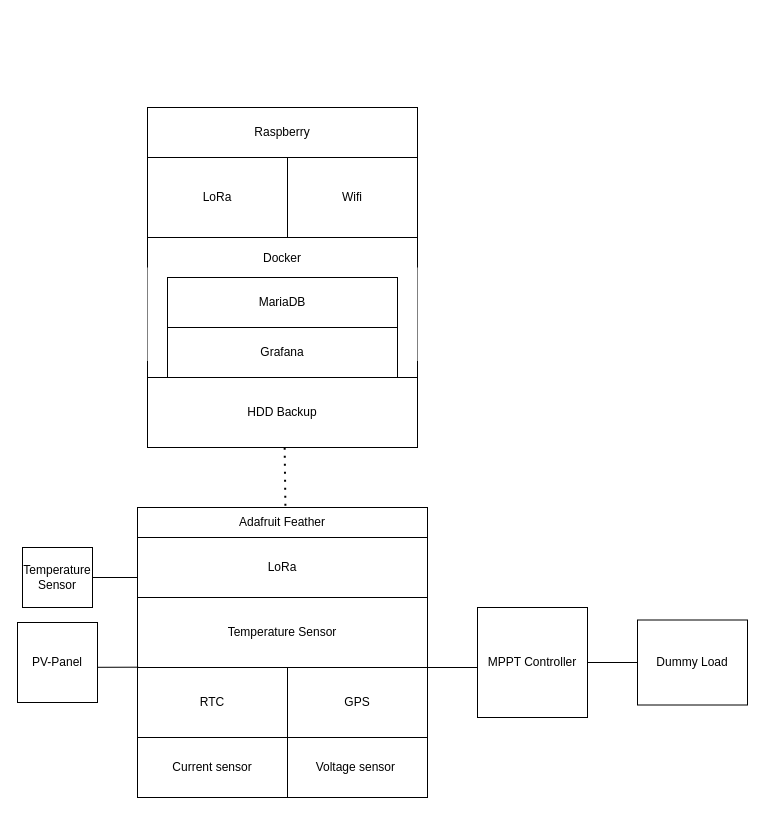
This is doc/resources/PV_test_station.drawio from PSenfft/pv_test_station, a draw.io file, before an edit. Source tidied: cells renumbered, new cells numbered last; positions are measured from the earlier drawing's top-left corner, leaving out a move shared by most shapes. Both pictures are drawn from the tidied source at 100%, with x=0, y=0 at pixel (17, 107).
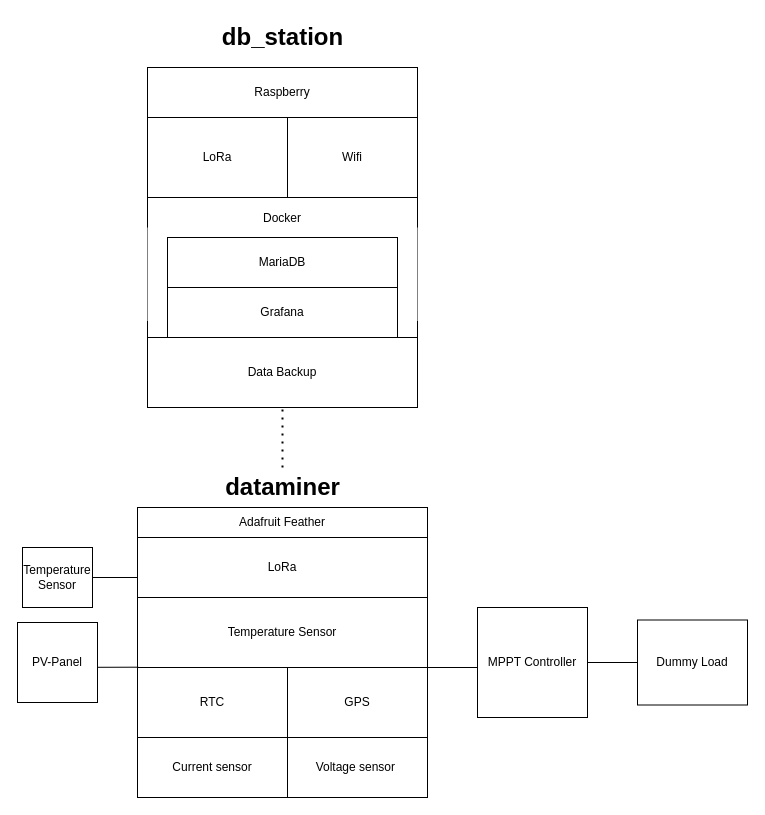
Above is the later version.

The change refers to these unchanged cells:
```xml
<mxCell id="4" value="Adafruit Feather" style="rounded=0;whiteSpace=wrap;html=1;" parent="1" vertex="1">
  <mxGeometry x="120" y="400" width="290" height="30" as="geometry" />
</mxCell>
```

Diff of the diagram source:
```diff
@@
     <mxCell id="11" style="whiteSpace=wrap;html=1;" parent="1" vertex="1">
-      <mxGeometry x="130" width="270" height="270" as="geometry" />
+      <mxGeometry x="130" y="-40" width="270" height="270" as="geometry" />
     </mxCell>
     <mxCell id="12" value="Raspberry" style="rounded=0;whiteSpace=wrap;html=1;" parent="1" vertex="1">
-      <mxGeometry x="130" width="270" height="50" as="geometry" />
+      <mxGeometry x="130" y="-40" width="270" height="50" as="geometry" />
     </mxCell>
     <mxCell id="13" value="LoRa" style="rounded=0;whiteSpace=wrap;html=1;" parent="1" vertex="1">
-      <mxGeometry x="130" y="50" width="140" height="80" as="geometry" />
+      <mxGeometry x="130" y="10" width="140" height="80" as="geometry" />
     </mxCell>
@@
     <mxCell id="15" value="Wifi" style="rounded=0;whiteSpace=wrap;html=1;" parent="1" vertex="1">
-      <mxGeometry x="270" y="50" width="130" height="80" as="geometry" />
+      <mxGeometry x="270" y="10" width="130" height="80" as="geometry" />
     </mxCell>
-    <mxCell id="16" value="HDD Backup" style="rounded=0;whiteSpace=wrap;html=1;" parent="1" vertex="1">
-      <mxGeometry x="130" y="270" width="270" height="70" as="geometry" />
+    <mxCell id="16" value="Data Backup" style="rounded=0;whiteSpace=wrap;html=1;" parent="1" vertex="1">
+      <mxGeometry x="130" y="230" width="270" height="70" as="geometry" />
     </mxCell>
@@
-    <mxCell id="21" style="endArrow=none;dashed=1;html=1;dashPattern=1 3;strokeWidth=2;rounded=0;entryX=0.508;entryY=1.003;entryDx=0;entryDy=0;entryPerimeter=0;exitX=0.51;exitY=-0.055;exitDx=0;exitDy=0;exitPerimeter=0;" parent="1" edge="1" source="4" target="16">
-      <mxGeometry relative="1" as="geometry" />
+    <mxCell id="21" style="endArrow=none;dashed=1;html=1;dashPattern=1 3;strokeWidth=2;rounded=0;exitX=0.5;exitY=0;exitDx=0;exitDy=0;" parent="1" edge="1" source="28">
+      <mxGeometry relative="1" as="geometry">
+        <mxPoint x="265" y="300" as="targetPoint" />
+      </mxGeometry>
     </mxCell>
@@
     <mxCell id="24" value="Docker" style="rounded=0;whiteSpace=wrap;html=1;labelPosition=center;verticalLabelPosition=top;align=center;verticalAlign=bottom;strokeColor=none;" parent="1" vertex="1">
-      <mxGeometry x="130" y="160" width="270" height="93.5" as="geometry" />
+      <mxGeometry x="130" y="120" width="270" height="93.5" as="geometry" />
     </mxCell>
     <mxCell id="25" value="MariaDB" style="rounded=0;whiteSpace=wrap;html=1;" parent="1" vertex="1">
-      <mxGeometry x="150" y="170" width="230" height="50" as="geometry" />
+      <mxGeometry x="150" y="130" width="230" height="50" as="geometry" />
     </mxCell>
     <mxCell id="26" value="Grafana" style="rounded=0;whiteSpace=wrap;html=1;" parent="1" vertex="1">
-      <mxGeometry x="150" y="220" width="230" height="50" as="geometry" />
+      <mxGeometry x="150" y="180" width="230" height="50" as="geometry" />
     </mxCell>
+    <mxCell id="27" value="db_station" style="text;strokeColor=none;fillColor=none;html=1;fontSize=24;fontStyle=1;verticalAlign=middle;align=center;" parent="1" vertex="1">
+      <mxGeometry x="215" y="-90" width="100" height="40" as="geometry" />
+    </mxCell>
+    <mxCell id="28" value="dataminer" style="text;strokeColor=none;fillColor=none;html=1;fontSize=24;fontStyle=1;verticalAlign=middle;align=center;" parent="1" vertex="1">
+      <mxGeometry x="215" y="360" width="100" height="40" as="geometry" />
+    </mxCell>
```
